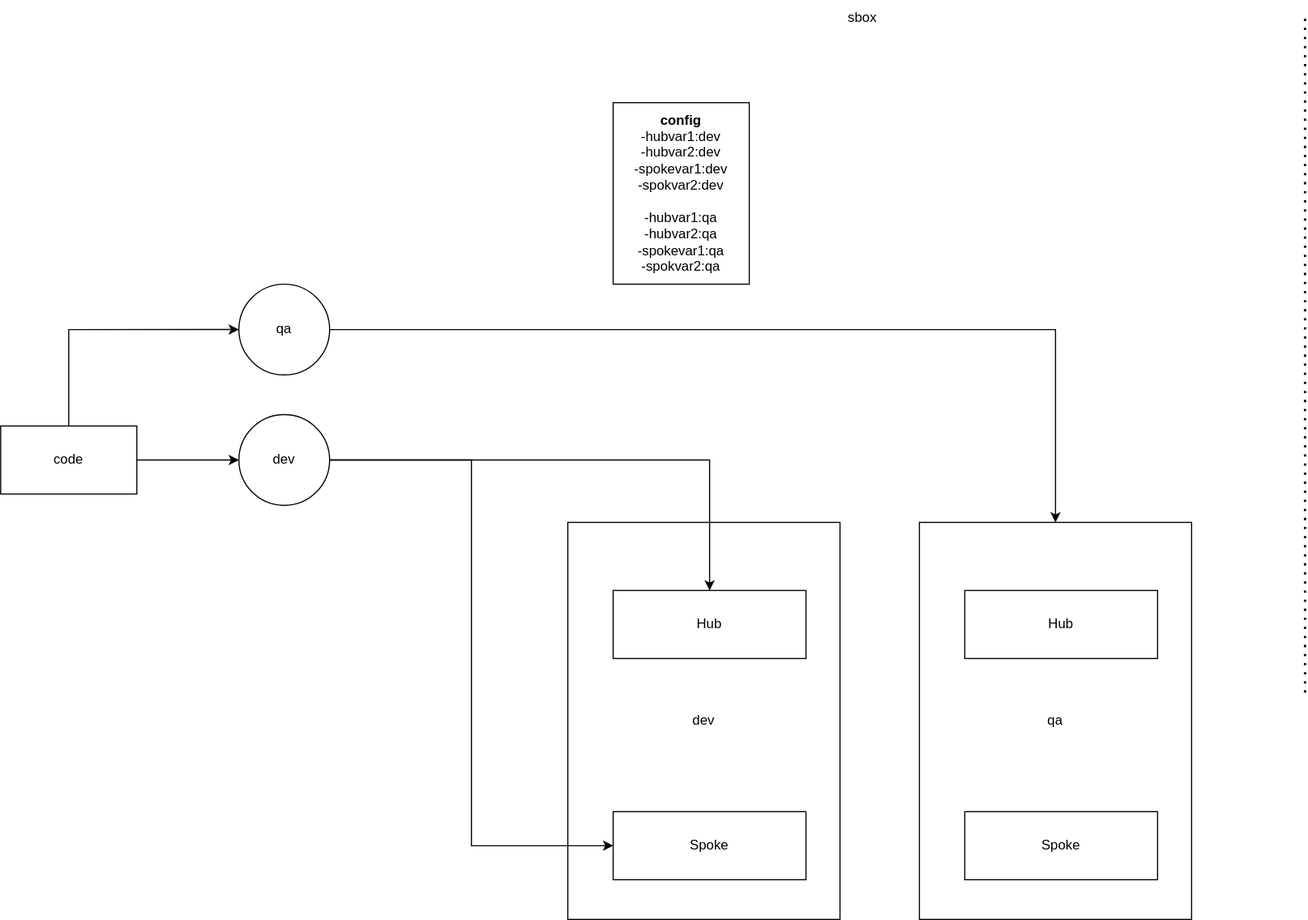
This is infra/configurationdriveninfrastructure.svg from vjavle/invoicecloud, a draw.io export, as it was before one commit. Source tidied: cells renumbered, new cells last; positions are measured from the earlier drawing's top-left corner, leaving out a move shared by most shapes.
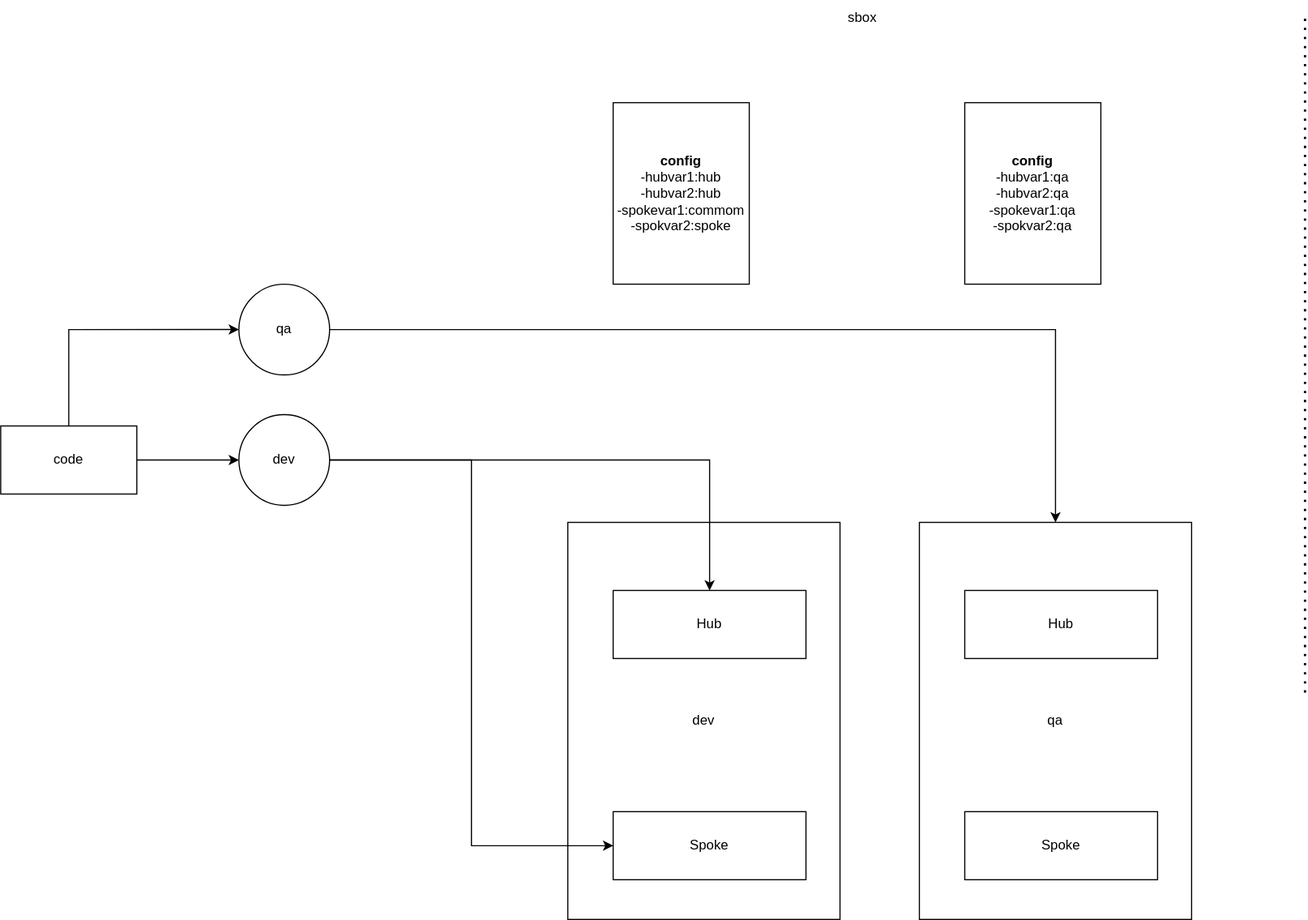
After the change.

Diff of the diagram source:
```diff
@@ -8,7 +8,7 @@
     <mxCell id="3" value="dev" style="rounded=0;whiteSpace=wrap;html=1;" parent="1" vertex="1">
       <mxGeometry x="500" y="460" width="240" height="350" as="geometry" />
     </mxCell>
-    <mxCell id="4" value="&lt;b&gt;config&lt;/b&gt;&lt;br&gt;-hubvar1:dev&lt;br&gt;-hubvar2:dev&lt;br&gt;-spokevar1:dev&lt;br&gt;-spokvar2:dev&lt;br&gt;&lt;br&gt;-hubvar1:qa&lt;br&gt;-hubvar2:qa&lt;br&gt;-spokevar1:qa&lt;br&gt;-spokvar2:qa" style="rounded=0;whiteSpace=wrap;html=1;" parent="1" vertex="1">
+    <mxCell id="4" value="&lt;b&gt;config&lt;/b&gt;&lt;br&gt;-hubvar1:hub&lt;br&gt;-hubvar2:hub&lt;br&gt;-spokevar1:commom&lt;br&gt;-spokvar2:spoke" style="rounded=0;whiteSpace=wrap;html=1;" parent="1" vertex="1">
       <mxGeometry x="540" y="90" width="120" height="160" as="geometry" />
     </mxCell>
     <mxCell id="5" style="endArrow=none;dashed=1;html=1;dashPattern=1 3;strokeWidth=2;rounded=0;" parent="1" edge="1">
@@ -60,5 +60,8 @@
     <mxCell id="18" value="Spoke" style="rounded=0;whiteSpace=wrap;html=1;" parent="1" vertex="1">
       <mxGeometry x="850" y="715" width="170" height="60" as="geometry" />
     </mxCell>
+    <mxCell id="19" value="&lt;b&gt;config&lt;/b&gt;&lt;br&gt;-hubvar1:qa&lt;br&gt;-hubvar2:qa&lt;br&gt;-spokevar1:qa&lt;br&gt;-spokvar2:qa" style="rounded=0;whiteSpace=wrap;html=1;" parent="1" vertex="1">
+      <mxGeometry x="850" y="90" width="120" height="160" as="geometry" />
+    </mxCell>
   </root>
 </mxGraphModel>
```
